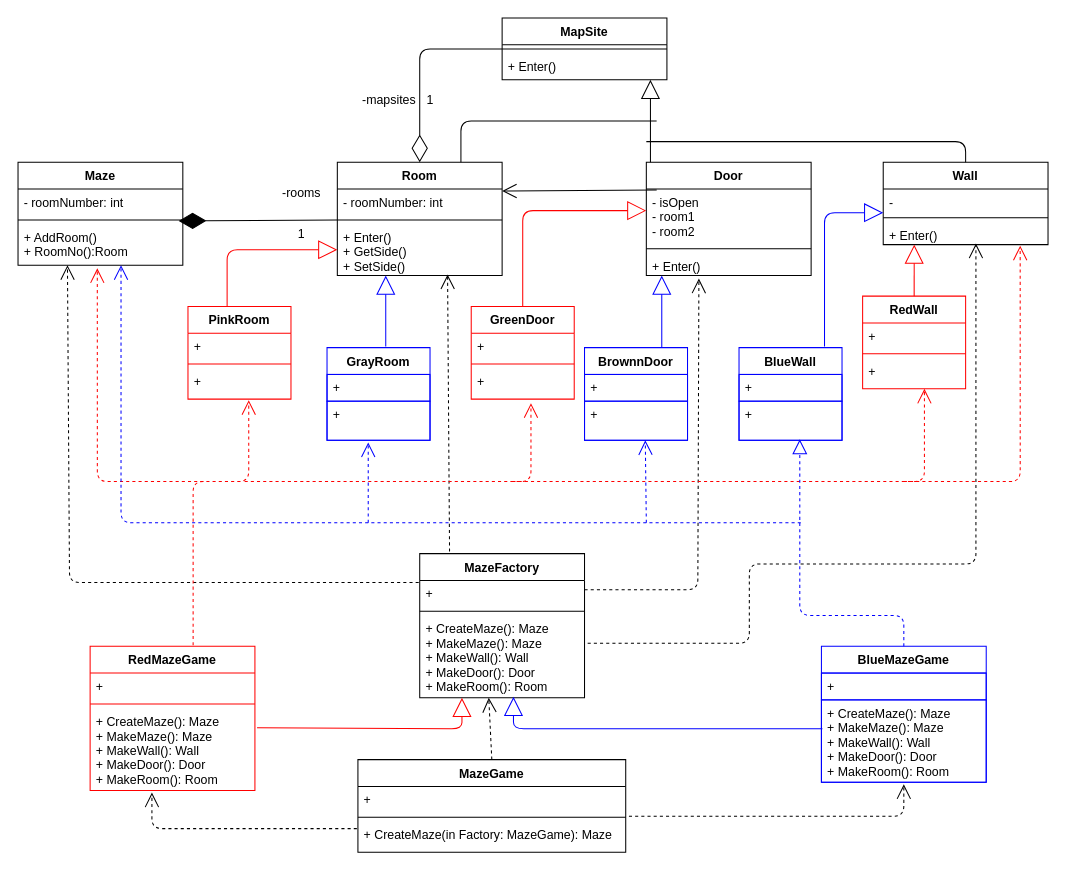
Earlier version of the draw.io diagram scf55-HW3-AbstractFactory.drawio (Shirlazybrat/Software-Design). Source tidied: cells renumbered, new cells numbered last; positions are measured from the earlier drawing's top-left corner, leaving out a move shared by most shapes. Both pictures are drawn from the tidied source at 103%, with x=0, y=0 at pixel (18, 18).
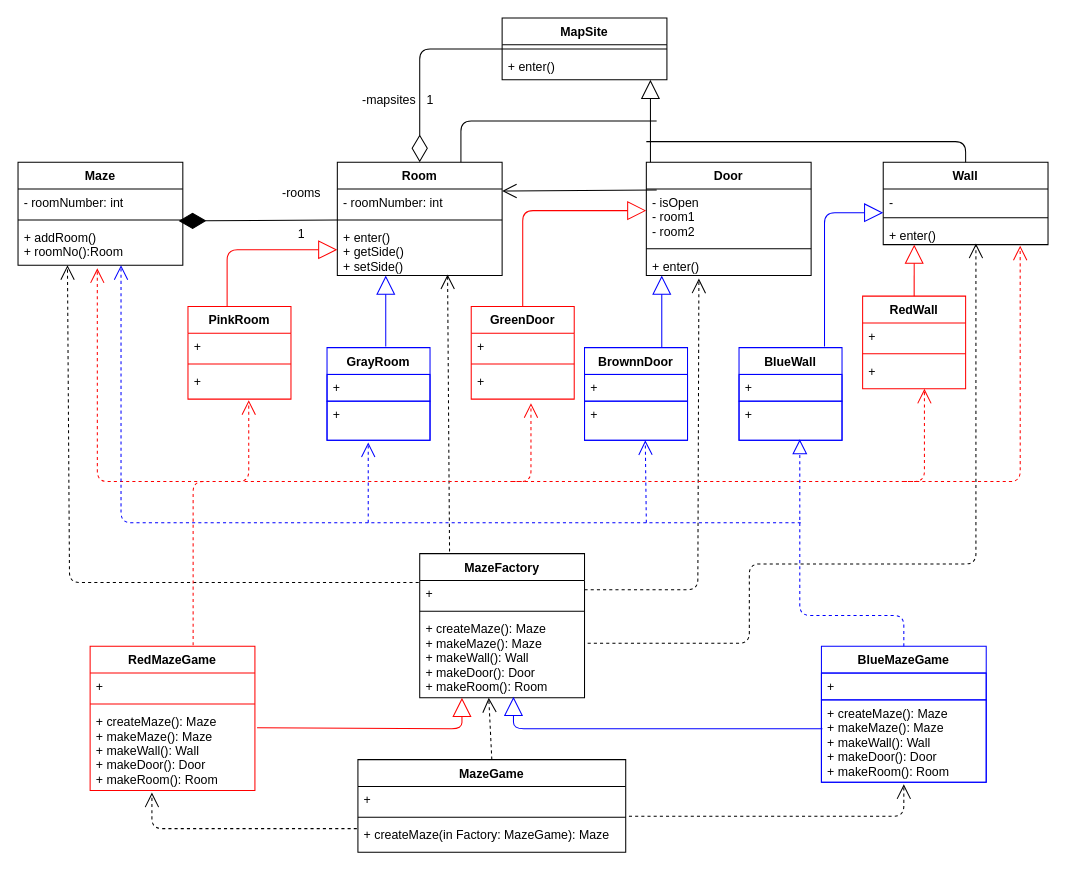
The same page after the edit.

The change refers to these unchanged cells:
```xml
<mxCell id="2" value="MapSite" style="swimlane;fontStyle=1;align=center;verticalAlign=top;horizontal=1;startSize=26;" parent="1" vertex="1">
  <mxGeometry x="470" width="160" height="60" as="geometry" />
</mxCell>
<mxCell id="5" value="Maze" style="swimlane;fontStyle=1;align=center;verticalAlign=top;horizontal=1;startSize=26;" parent="1" vertex="1">
  <mxGeometry y="140" width="160" height="100" as="geometry" />
</mxCell>
<mxCell id="9" value="Room" style="swimlane;fontStyle=1;align=center;verticalAlign=top;horizontal=1;startSize=26;" parent="1" vertex="1">
  <mxGeometry x="310" y="140" width="160" height="110" as="geometry" />
</mxCell>
<mxCell id="13" value="Door" style="swimlane;fontStyle=1;align=center;verticalAlign=top;horizontal=1;startSize=26;" parent="1" vertex="1">
  <mxGeometry x="610" y="140" width="160" height="110" as="geometry" />
</mxCell>
<mxCell id="17" value="Wall" style="swimlane;fontStyle=1;align=center;verticalAlign=top;horizontal=1;startSize=26;" parent="1" vertex="1">
  <mxGeometry x="840" y="140" width="160" height="80" as="geometry" />
</mxCell>
<mxCell id="21" value="MazeFactory" style="swimlane;fontStyle=1;align=center;verticalAlign=top;horizontal=1;startSize=26;" parent="1" vertex="1">
  <mxGeometry x="390" y="520" width="160" height="140" as="geometry" />
</mxCell>
<mxCell id="34" value="RedMazeGame" style="swimlane;fontStyle=1;align=center;verticalAlign=top;horizontal=1;startSize=26;strokeColor=#FF0000;" parent="1" vertex="1">
  <mxGeometry x="70" y="610" width="160" height="140" as="geometry" />
</mxCell>
<mxCell id="38" value="BlueMazeGame" style="swimlane;fontStyle=1;align=center;verticalAlign=top;horizontal=1;startSize=26;strokeColor=#0000FF;" parent="1" vertex="1">
  <mxGeometry x="780" y="610" width="160" height="132" as="geometry" />
</mxCell>
<mxCell id="84" value="MazeGame" style="swimlane;fontStyle=1;align=center;verticalAlign=top;horizontal=1;startSize=26;" parent="1" vertex="1">
  <mxGeometry x="330" y="720" width="260" height="90" as="geometry" />
</mxCell>
```

Diff of the diagram source:
```diff
@@
-    <mxCell id="4" value="+ Enter()" style="text;strokeColor=none;fillColor=none;align=left;verticalAlign=top;spacingLeft=4;spacingRight=4;overflow=hidden;" parent="2" vertex="1">
+    <mxCell id="4" value="+ enter()" style="text;strokeColor=none;fillColor=none;align=left;verticalAlign=top;spacingLeft=4;spacingRight=4;overflow=hidden;" parent="2" vertex="1">
       <mxGeometry y="34" width="160" height="26" as="geometry" />
     </mxCell>
@@
-    <mxCell id="8" value="+ AddRoom()&#10;+ RoomNo():Room" style="text;strokeColor=none;fillColor=none;align=left;verticalAlign=top;spacingLeft=4;spacingRight=4;overflow=hidden;points=[[0,0.5],[1,0.5]];portConstraint=eastwest;" parent="5" vertex="1">
+    <mxCell id="8" value="+ addRoom()&#10;+ roomNo():Room" style="text;strokeColor=none;fillColor=none;align=left;verticalAlign=top;spacingLeft=4;spacingRight=4;overflow=hidden;points=[[0,0.5],[1,0.5]];portConstraint=eastwest;" parent="5" vertex="1">
       <mxGeometry y="60" width="160" height="40" as="geometry" />
     </mxCell>
@@
-    <mxCell id="12" value="+ Enter()&#10;+ GetSide()&#10;+ SetSide()" style="text;strokeColor=none;fillColor=none;align=left;verticalAlign=top;spacingLeft=4;spacingRight=4;overflow=hidden;points=[[0,0.5],[1,0.5]];portConstraint=eastwest;" parent="9" vertex="1">
+    <mxCell id="12" value="+ enter()&#10;+ getSide()&#10;+ setSide()" style="text;strokeColor=none;fillColor=none;align=left;verticalAlign=top;spacingLeft=4;spacingRight=4;overflow=hidden;points=[[0,0.5],[1,0.5]];portConstraint=eastwest;" parent="9" vertex="1">
       <mxGeometry y="60" width="160" height="50" as="geometry" />
     </mxCell>
@@
-    <mxCell id="16" value="+ Enter()&#10;" style="text;strokeColor=none;fillColor=none;align=left;verticalAlign=top;spacingLeft=4;spacingRight=4;overflow=hidden;points=[[0,0.5],[1,0.5]];portConstraint=eastwest;" parent="13" vertex="1">
+    <mxCell id="16" value="+ enter()&#10;" style="text;strokeColor=none;fillColor=none;align=left;verticalAlign=top;spacingLeft=4;spacingRight=4;overflow=hidden;points=[[0,0.5],[1,0.5]];portConstraint=eastwest;" parent="13" vertex="1">
       <mxGeometry y="88" width="160" height="22" as="geometry" />
     </mxCell>
@@
-    <mxCell id="20" value="+ Enter()&#10;" style="text;strokeColor=none;fillColor=none;align=left;verticalAlign=top;spacingLeft=4;spacingRight=4;overflow=hidden;points=[[0,0.5],[1,0.5]];portConstraint=eastwest;" parent="17" vertex="1">
+    <mxCell id="20" value="+ enter()&#10;" style="text;strokeColor=none;fillColor=none;align=left;verticalAlign=top;spacingLeft=4;spacingRight=4;overflow=hidden;points=[[0,0.5],[1,0.5]];portConstraint=eastwest;" parent="17" vertex="1">
       <mxGeometry y="58" width="160" height="22" as="geometry" />
     </mxCell>
@@
-    <mxCell id="24" value="+ CreateMaze(): Maze&#10;+ MakeMaze(): Maze&#10;+ MakeWall(): Wall&#10;+ MakeDoor(): Door&#10;+ MakeRoom(): Room" style="text;strokeColor=none;fillColor=none;align=left;verticalAlign=top;spacingLeft=4;spacingRight=4;overflow=hidden;points=[[0,0.5],[1,0.5]];portConstraint=eastwest;" parent="21" vertex="1">
+    <mxCell id="24" value="+ createMaze(): Maze&#10;+ makeMaze(): Maze&#10;+ makeWall(): Wall&#10;+ makeDoor(): Door&#10;+ makeRoom(): Room" style="text;strokeColor=none;fillColor=none;align=left;verticalAlign=top;spacingLeft=4;spacingRight=4;overflow=hidden;points=[[0,0.5],[1,0.5]];portConstraint=eastwest;" parent="21" vertex="1">
       <mxGeometry y="60" width="160" height="80" as="geometry" />
     </mxCell>
@@
-    <mxCell id="37" value="+ CreateMaze(): Maze&#10;+ MakeMaze(): Maze&#10;+ MakeWall(): Wall&#10;+ MakeDoor(): Door&#10;+ MakeRoom(): Room" style="text;strokeColor=none;fillColor=none;align=left;verticalAlign=top;spacingLeft=4;spacingRight=4;overflow=hidden;points=[[0,0.5],[1,0.5]];portConstraint=eastwest;" parent="34" vertex="1">
+    <mxCell id="37" value="+ createMaze(): Maze&#10;+ makeMaze(): Maze&#10;+ makeWall(): Wall&#10;+ makeDoor(): Door&#10;+ makeRoom(): Room" style="text;strokeColor=none;fillColor=none;align=left;verticalAlign=top;spacingLeft=4;spacingRight=4;overflow=hidden;points=[[0,0.5],[1,0.5]];portConstraint=eastwest;" parent="34" vertex="1">
       <mxGeometry y="60" width="160" height="80" as="geometry" />
     </mxCell>
@@
-    <mxCell id="40" value="+ CreateMaze(): Maze&#10;+ MakeMaze(): Maze&#10;+ MakeWall(): Wall&#10;+ MakeDoor(): Door&#10;+ MakeRoom(): Room" style="text;strokeColor=#0000FF;fillColor=none;align=left;verticalAlign=top;spacingLeft=4;spacingRight=4;overflow=hidden;points=[[0,0.5],[1,0.5]];portConstraint=eastwest;" parent="38" vertex="1">
+    <mxCell id="40" value="+ createMaze(): Maze&#10;+ makeMaze(): Maze&#10;+ makeWall(): Wall&#10;+ makeDoor(): Door&#10;+ makeRoom(): Room" style="text;strokeColor=#0000FF;fillColor=none;align=left;verticalAlign=top;spacingLeft=4;spacingRight=4;overflow=hidden;points=[[0,0.5],[1,0.5]];portConstraint=eastwest;" parent="38" vertex="1">
       <mxGeometry y="52" width="160" height="80" as="geometry" />
     </mxCell>
@@
-    <mxCell id="87" value="+ CreateMaze(in Factory: MazeGame): Maze" style="text;strokeColor=none;fillColor=none;align=left;verticalAlign=top;spacingLeft=4;spacingRight=4;overflow=hidden;points=[[0,0.5],[1,0.5]];portConstraint=eastwest;" parent="84" vertex="1">
+    <mxCell id="87" value="+ createMaze(in Factory: MazeGame): Maze" style="text;strokeColor=none;fillColor=none;align=left;verticalAlign=top;spacingLeft=4;spacingRight=4;overflow=hidden;points=[[0,0.5],[1,0.5]];portConstraint=eastwest;" parent="84" vertex="1">
       <mxGeometry y="60" width="260" height="30" as="geometry" />
     </mxCell>
```
